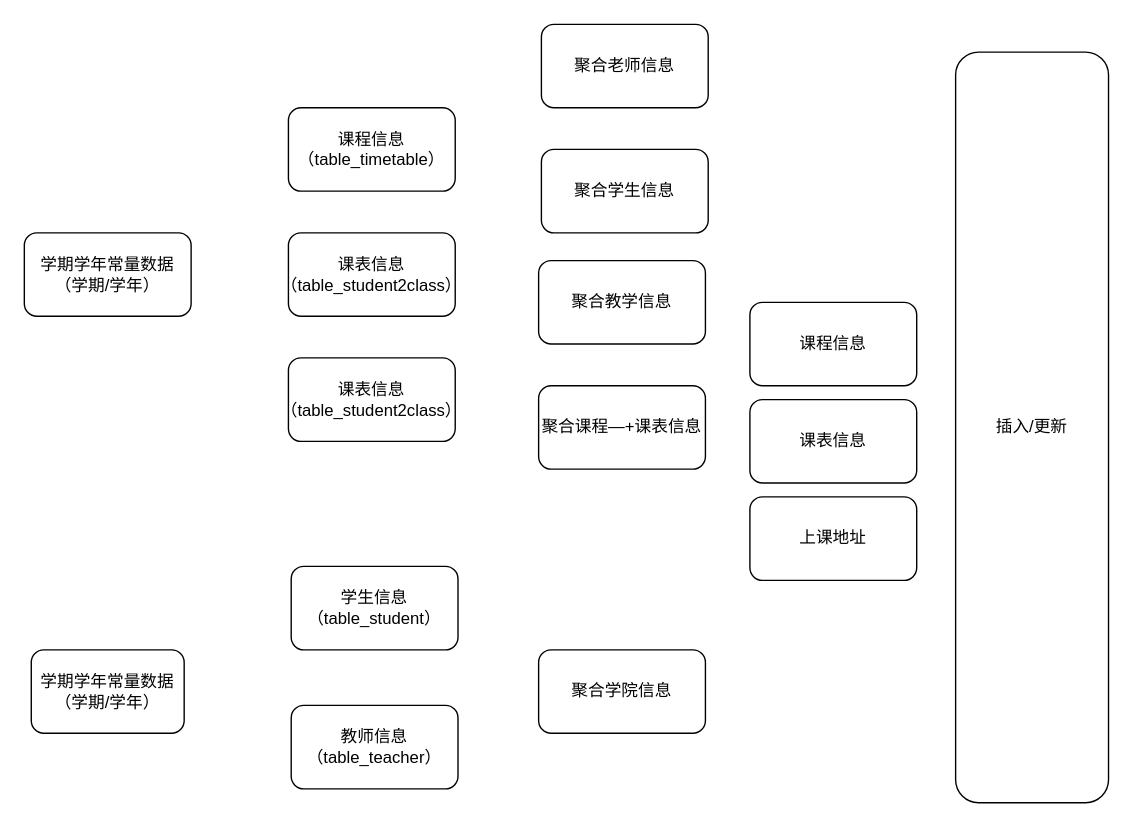
liz2m/draw.images keeps this draw.io diagram as 医保项目/教学管理&评课_Diagram.drawio. Above is the earlier version. Source tidied: cells renumbered, new cells numbered last; positions are measured from the earlier drawing's top-left corner, leaving out a move shared by most shapes. Both pictures are drawn from the tidied source at 139%, with x=0, y=0 at pixel (24, 24).
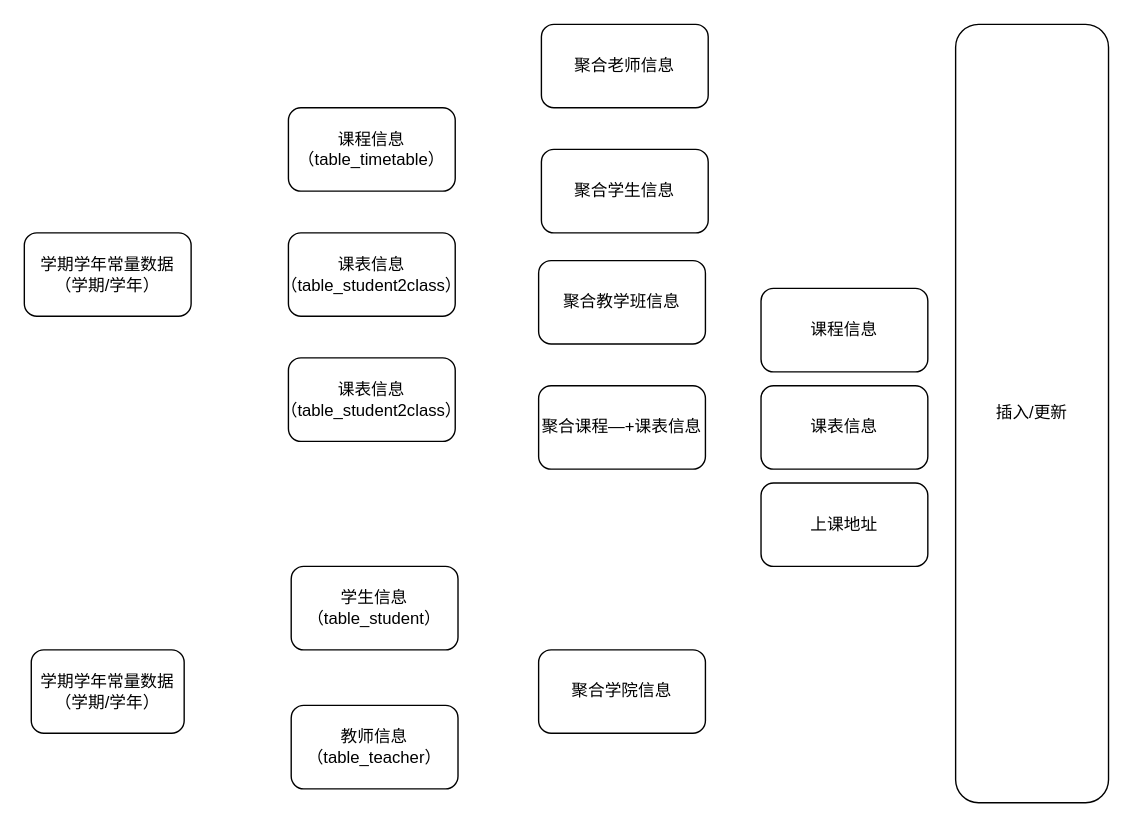
The same page after the edit.

Commit message (it also covers changes not shown here):
Update 教学管理&评课_Diagram.drawio

The edit, as a diff of the source:
```diff
@@
 <mxGraphModel>
   <root>
     <mxCell id="0" />
     <mxCell id="1" parent="0" />
     <mxCell id="2" value="学期学年常量数据（学期/学年）" style="rounded=1;whiteSpace=wrap;html=1;" parent="1" vertex="1">
       <mxGeometry y="150" width="120" height="60" as="geometry" />
     </mxCell>
     <mxCell id="3" value="课程信息（table_timetable）" style="rounded=1;whiteSpace=wrap;html=1;" parent="1" vertex="1">
       <mxGeometry x="190" y="60" width="120" height="60" as="geometry" />
     </mxCell>
     <mxCell id="4" value="聚合老师信息" style="rounded=1;whiteSpace=wrap;html=1;" parent="1" vertex="1">
       <mxGeometry x="372" width="120" height="60" as="geometry" />
     </mxCell>
     <mxCell id="5" value="聚合学生信息" style="rounded=1;whiteSpace=wrap;html=1;" parent="1" vertex="1">
       <mxGeometry x="372" y="90" width="120" height="60" as="geometry" />
     </mxCell>
     <mxCell id="6" value="聚合学院信息" style="rounded=1;whiteSpace=wrap;html=1;" parent="1" vertex="1">
       <mxGeometry x="370" y="450" width="120" height="60" as="geometry" />
     </mxCell>
     <mxCell id="7" value="聚合课程—+课表信息" style="rounded=1;whiteSpace=wrap;html=1;" parent="1" vertex="1">
       <mxGeometry x="370" y="260" width="120" height="60" as="geometry" />
     </mxCell>
     <mxCell id="8" value="课表信息（table_student2class）" style="rounded=1;whiteSpace=wrap;html=1;" parent="1" vertex="1">
       <mxGeometry x="190" y="150" width="120" height="60" as="geometry" />
     </mxCell>
     <mxCell id="9" value="课表信息（table_student2class）" style="rounded=1;whiteSpace=wrap;html=1;" parent="1" vertex="1">
       <mxGeometry x="190" y="240" width="120" height="60" as="geometry" />
     </mxCell>
     <mxCell id="10" value="学生信息&lt;br&gt;（table_student）" style="rounded=1;whiteSpace=wrap;html=1;" parent="1" vertex="1">
       <mxGeometry x="192" y="390" width="120" height="60" as="geometry" />
     </mxCell>
     <mxCell id="11" value="教师信息&lt;br&gt;（table_teacher）" style="rounded=1;whiteSpace=wrap;html=1;" parent="1" vertex="1">
       <mxGeometry x="192" y="490" width="120" height="60" as="geometry" />
     </mxCell>
     <mxCell id="12" value="学期学年常量数据&lt;br&gt;（学期/学年）" style="rounded=1;whiteSpace=wrap;html=1;" parent="1" vertex="1">
       <mxGeometry x="5" y="450" width="110" height="60" as="geometry" />
     </mxCell>
     <mxCell id="13" value="课程信息" style="rounded=1;whiteSpace=wrap;html=1;" parent="1" vertex="1">
-      <mxGeometry x="522" y="200" width="120" height="60" as="geometry" />
+      <mxGeometry x="530" y="190" width="120" height="60" as="geometry" />
     </mxCell>
     <mxCell id="14" value="课表信息" style="rounded=1;whiteSpace=wrap;html=1;" parent="1" vertex="1">
-      <mxGeometry x="522" y="270" width="120" height="60" as="geometry" />
+      <mxGeometry x="530" y="260" width="120" height="60" as="geometry" />
     </mxCell>
     <mxCell id="15" value="上课地址" style="rounded=1;whiteSpace=wrap;html=1;" parent="1" vertex="1">
-      <mxGeometry x="522" y="340" width="120" height="60" as="geometry" />
+      <mxGeometry x="530" y="330" width="120" height="60" as="geometry" />
     </mxCell>
     <mxCell id="16" value="插入/更新" style="rounded=1;whiteSpace=wrap;html=1;" parent="1" vertex="1">
-      <mxGeometry x="670" y="20" width="110" height="540" as="geometry" />
+      <mxGeometry x="670" width="110" height="560" as="geometry" />
     </mxCell>
-    <mxCell id="17" value="聚合教学信息" style="rounded=1;whiteSpace=wrap;html=1;" parent="1" vertex="1">
+    <mxCell id="17" value="聚合教学班信息" style="rounded=1;whiteSpace=wrap;html=1;" parent="1" vertex="1">
       <mxGeometry x="370" y="170" width="120" height="60" as="geometry" />
     </mxCell>
   </root>
 </mxGraphModel>
```
